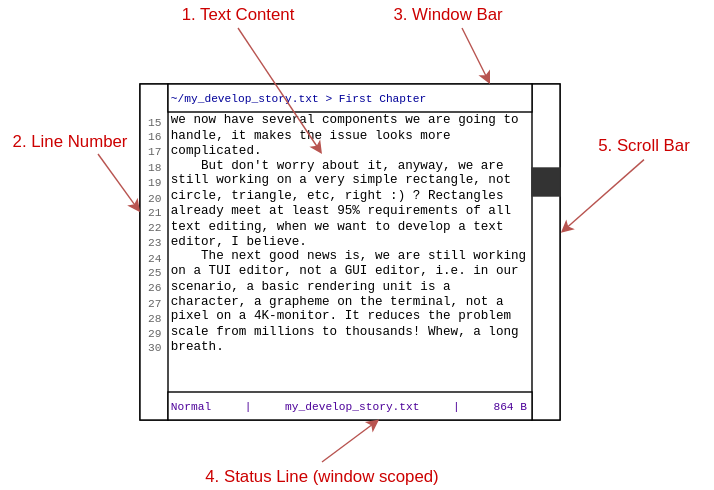
Above: images/1-TUI-3-Layout.1.drawio.svg in rsvim/rfc (draw.io), before the change. Source tidied: cells renumbered, new cells last; positions are measured from the earlier drawing's top-left corner, leaving out a move shared by most shapes.
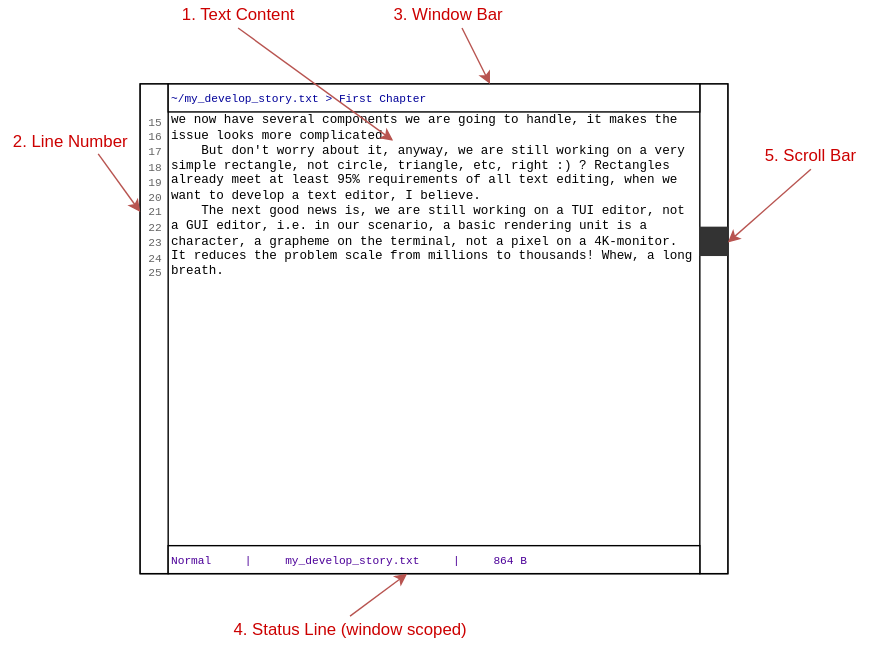
The same diagram one commit later.

Change to the diagram source:
```diff
@@ -3,22 +3,22 @@
     <mxCell id="0" />
     <mxCell id="1" parent="0" />
     <mxCell id="2" style="rounded=0;whiteSpace=wrap;html=1;" parent="1" vertex="1">
-      <mxGeometry x="100" y="60" width="300" height="240" as="geometry" />
+      <mxGeometry x="100" y="60" width="420" height="350" as="geometry" />
     </mxCell>
     <mxCell id="3" style="rounded=0;whiteSpace=wrap;html=1;" parent="1" vertex="1">
-      <mxGeometry x="100" y="60" width="20" height="240" as="geometry" />
+      <mxGeometry x="100" y="60" width="20" height="350" as="geometry" />
     </mxCell>
     <mxCell id="4" style="rounded=0;whiteSpace=wrap;html=1;" parent="1" vertex="1">
-      <mxGeometry x="380" y="60" width="20" height="240" as="geometry" />
+      <mxGeometry x="500" y="60" width="20" height="350" as="geometry" />
     </mxCell>
     <mxCell id="5" value="&lt;font face=&quot;Courier New&quot;&gt;~/my_develop_story.txt &amp;gt; First Chapter&lt;/font&gt;" style="rounded=0;whiteSpace=wrap;html=1;align=left;fontSize=8;fontColor=#000099;" parent="1" vertex="1">
-      <mxGeometry x="120" y="60" width="260" height="20" as="geometry" />
+      <mxGeometry x="120" y="60" width="380" height="20" as="geometry" />
     </mxCell>
     <mxCell id="6" value="&lt;font style=&quot;font-size: 8px; color: rgb(76, 0, 153);&quot; face=&quot;Courier New&quot;&gt;Normal&amp;nbsp; &amp;nbsp; &amp;nbsp;|&amp;nbsp; &amp;nbsp; &amp;nbsp;my_develop_story.txt&amp;nbsp; &amp;nbsp; &amp;nbsp;|&amp;nbsp; &amp;nbsp; &amp;nbsp;864 B&lt;/font&gt;" style="rounded=0;whiteSpace=wrap;html=1;align=left;fontSize=9;labelBackgroundColor=none;" parent="1" vertex="1">
-      <mxGeometry x="120" y="280" width="260" height="20" as="geometry" />
+      <mxGeometry x="120" y="390" width="380" height="20" as="geometry" />
     </mxCell>
     <mxCell id="7" value="we now have several components we are going to handle, it makes the issue looks more complicated.&amp;nbsp;&lt;br&gt;&amp;nbsp; &amp;nbsp; But don't worry about it, anyway, we are still working on a very simple rectangle, not circle, triangle, etc, right :) ? Rectangles already meet at least 95% requirements of all text editing, when we want to develop a text editor, I believe.&lt;br&gt;&amp;nbsp; &amp;nbsp; The next good news is, we are still working on a TUI editor, not a GUI editor, i.e. in our scenario, a basic rendering unit is a character, a grapheme on the terminal, not a pixel on a 4K-monitor. It reduces the problem scale from millions to thousands! Whew, a long breath." style="text;html=1;whiteSpace=wrap;strokeColor=none;fillColor=none;align=left;verticalAlign=middle;rounded=0;fontFamily=Courier New;fontSize=9;fontStyle=0;" parent="1" vertex="1">
-      <mxGeometry x="120" y="77" width="260" height="180" as="geometry" />
+      <mxGeometry x="120" y="78" width="380" height="123" as="geometry" />
     </mxCell>
     <mxCell id="8" value="15" style="text;html=1;strokeColor=none;fillColor=none;align=center;verticalAlign=middle;rounded=0;fontFamily=Courier New;fontSize=8;fontColor=#666666;" parent="1" vertex="1">
       <mxGeometry x="85" y="82" width="50" height="9" as="geometry" />
@@ -39,7 +39,7 @@
       <mxGeometry x="85" y="136" width="50" height="9" as="geometry" />
     </mxCell>
     <mxCell id="14" style="rounded=0;whiteSpace=wrap;html=1;fillColor=#333333;strokeColor=#333333;" parent="1" vertex="1">
-      <mxGeometry x="380" y="120" width="20" height="20" as="geometry" />
+      <mxGeometry x="500" y="162.5" width="20" height="20" as="geometry" />
     </mxCell>
     <mxCell id="15" value="21" style="text;html=1;strokeColor=none;fillColor=none;align=center;verticalAlign=middle;rounded=0;fontFamily=Courier New;fontSize=8;fontColor=#666666;" parent="1" vertex="1">
       <mxGeometry x="85" y="146" width="50" height="9" as="geometry" />
@@ -56,21 +56,6 @@
     <mxCell id="19" value="25" style="text;html=1;strokeColor=none;fillColor=none;align=center;verticalAlign=middle;rounded=0;fontFamily=Courier New;fontSize=8;fontColor=#666666;" parent="1" vertex="1">
       <mxGeometry x="85" y="189" width="50" height="9" as="geometry" />
     </mxCell>
-    <mxCell id="20" value="26" style="text;html=1;strokeColor=none;fillColor=none;align=center;verticalAlign=middle;rounded=0;fontFamily=Courier New;fontSize=8;fontColor=#666666;" parent="1" vertex="1">
-      <mxGeometry x="85" y="200" width="50" height="9" as="geometry" />
-    </mxCell>
-    <mxCell id="21" value="27" style="text;html=1;strokeColor=none;fillColor=none;align=center;verticalAlign=middle;rounded=0;fontFamily=Courier New;fontSize=8;fontColor=#666666;" parent="1" vertex="1">
-      <mxGeometry x="85" y="211" width="50" height="9" as="geometry" />
-    </mxCell>
-    <mxCell id="22" value="28" style="text;html=1;strokeColor=none;fillColor=none;align=center;verticalAlign=middle;rounded=0;fontFamily=Courier New;fontSize=8;fontColor=#666666;" parent="1" vertex="1">
-      <mxGeometry x="85" y="222" width="50" height="9" as="geometry" />
-    </mxCell>
-    <mxCell id="23" value="29" style="text;html=1;strokeColor=none;fillColor=none;align=center;verticalAlign=middle;rounded=0;fontFamily=Courier New;fontSize=8;fontColor=#666666;" parent="1" vertex="1">
-      <mxGeometry x="85" y="233" width="50" height="9" as="geometry" />
-    </mxCell>
-    <mxCell id="24" value="30" style="text;html=1;strokeColor=none;fillColor=none;align=center;verticalAlign=middle;rounded=0;fontFamily=Courier New;fontSize=8;fontColor=#666666;" parent="1" vertex="1">
-      <mxGeometry x="85" y="243" width="50" height="9" as="geometry" />
-    </mxCell>
     <mxCell id="25" value="1. Text Content" style="text;html=1;whiteSpace=wrap;strokeColor=none;fillColor=none;align=center;verticalAlign=middle;rounded=0;fontColor=#CC0000;" parent="1" vertex="1">
       <mxGeometry x="120" width="100" height="20" as="geometry" />
     </mxCell>
@@ -96,16 +81,20 @@
       </mxGeometry>
     </mxCell>
     <mxCell id="31" value="4. Status Line (window scoped)" style="text;html=1;whiteSpace=wrap;strokeColor=none;fillColor=none;align=center;verticalAlign=middle;rounded=0;fontColor=#CC0000;" parent="1" vertex="1">
-      <mxGeometry x="140" y="330" width="180" height="20" as="geometry" />
+      <mxGeometry x="160" y="440.4" width="180" height="20" as="geometry" />
     </mxCell>
-    <mxCell id="32" style="endArrow=classic;html=1;rounded=0;entryX=0.58;entryY=0.981;entryDx=0;entryDy=0;fontColor=#CC0000;fillColor=#f8cecc;strokeColor=#b85450;exitX=0.5;exitY=0;exitDx=0;exitDy=0;entryPerimeter=0;" parent="1" edge="1" source="31" target="6">
-      <mxGeometry relative="1" as="geometry" />
+    <mxCell id="32" style="endArrow=classic;html=1;rounded=0;entryX=0.58;entryY=0.981;entryDx=0;entryDy=0;fontColor=#CC0000;fillColor=#f8cecc;strokeColor=#b85450;exitX=0.5;exitY=0;exitDx=0;exitDy=0;entryPerimeter=0;" parent="1" edge="1" source="31">
+      <mxGeometry relative="1" as="geometry">
+        <mxPoint x="290.8" y="410" as="targetPoint" />
+      </mxGeometry>
     </mxCell>
     <mxCell id="33" value="5. Scroll Bar" style="text;html=1;whiteSpace=wrap;strokeColor=none;fillColor=none;align=center;verticalAlign=middle;rounded=0;fontColor=#CC0000;" parent="1" vertex="1">
-      <mxGeometry x="410" y="94" width="100" height="20" as="geometry" />
+      <mxGeometry x="529.4" y="101" width="100" height="20" as="geometry" />
     </mxCell>
-    <mxCell id="34" style="endArrow=classic;html=1;rounded=0;entryX=1.031;entryY=0.443;entryDx=0;entryDy=0;entryPerimeter=0;fontColor=#CC0000;fillColor=#f8cecc;strokeColor=#b85450;exitX=0.5;exitY=1;exitDx=0;exitDy=0;" parent="1" edge="1" source="33" target="4">
-      <mxGeometry relative="1" as="geometry" />
+    <mxCell id="34" style="endArrow=classic;html=1;rounded=0;entryX=1.031;entryY=0.443;entryDx=0;entryDy=0;entryPerimeter=0;fontColor=#CC0000;fillColor=#f8cecc;strokeColor=#b85450;exitX=0.5;exitY=1;exitDx=0;exitDy=0;" parent="1" edge="1" source="33">
+      <mxGeometry relative="1" as="geometry">
+        <mxPoint x="520" y="173.3" as="targetPoint" />
+      </mxGeometry>
     </mxCell>
   </root>
 </mxGraphModel>
```
